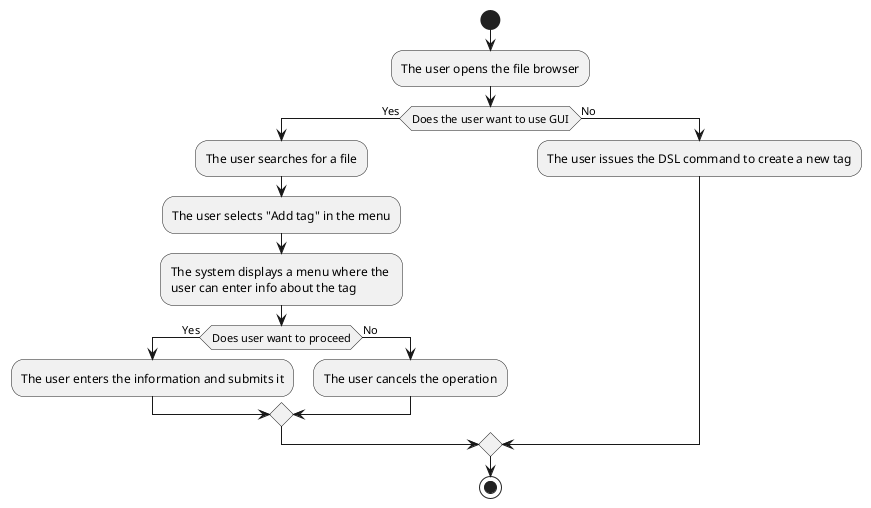
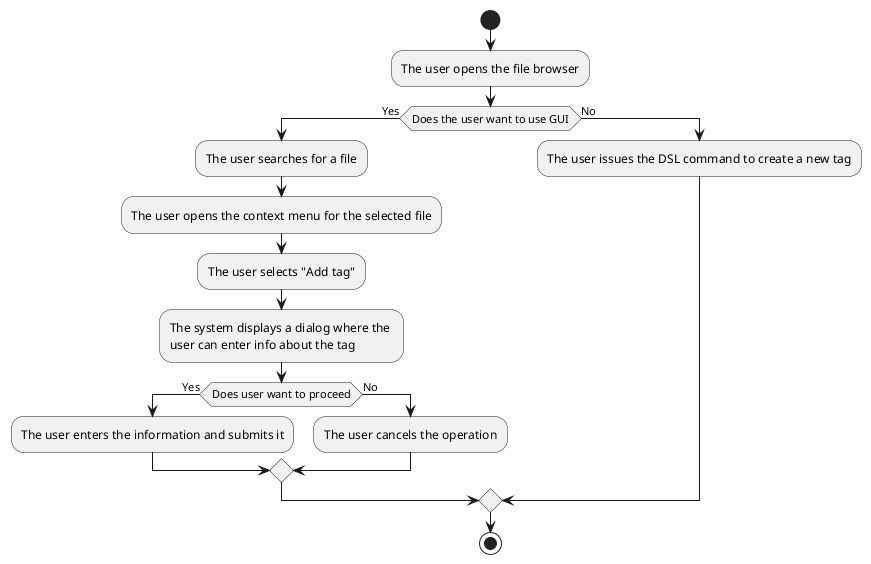
@startuml
start
:The user opens the file browser;
if (Does the user want to use GUI) then (Yes)
:The user searches for a file;
- :The user selects "Add tag" in the menu;
- :The system displays a menu where the \nuser can enter info about the tag;
+ :The user opens the context menu for the selected file;
+ :The user selects "Add tag";
+ :The system displays a dialog where the \nuser can enter info about the tag;
if (Does user want to proceed) then (Yes)
:The user enters the information and submits it;
else (No)
:The user cancels the operation;
endif
else (No)
:The user issues the DSL command to create a new tag;
endif
stop
@enduml
